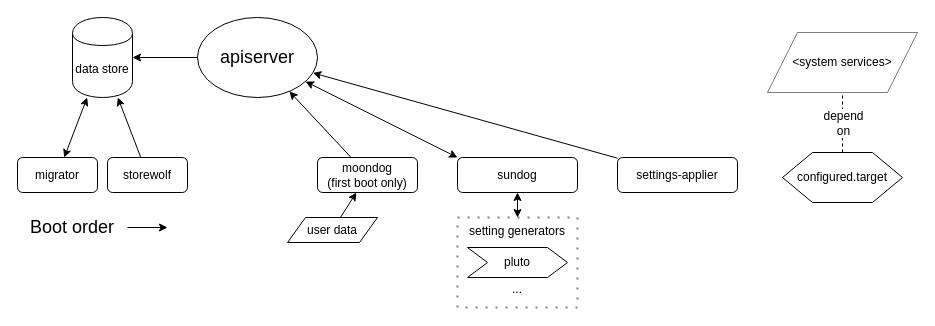
The draw.io diagram sources/api/api-system.drawio in bottlerocket-os/bottlerocket, before the edit. Source tidied: cells renumbered, new cells numbered last; positions are measured from the earlier drawing's top-left corner, leaving out a move shared by most shapes. Both pictures are drawn from the tidied source at 100%, with x=0, y=0 at pixel (17, 17).
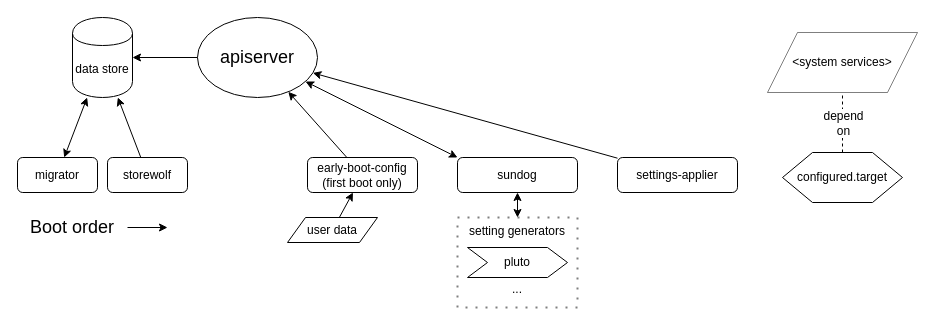
After the change.

Commit message (it also covers changes not shown here):
Update name of early-boot-config in API system diagram

What changed in the source:
```diff
@@
-    <mxCell id="5" value="&lt;div&gt;moondog&lt;/div&gt;&lt;div&gt;(first boot only)&lt;br&gt;&lt;/div&gt;" style="rounded=1;whiteSpace=wrap;html=1;" parent="1" vertex="1">
-      <mxGeometry x="300" y="140" width="100" height="35" as="geometry" />
+    <mxCell id="5" value="early-boot-config&lt;div&gt;(first boot only)&lt;br&gt;&lt;/div&gt;" style="rounded=1;whiteSpace=wrap;html=1;" parent="1" vertex="1">
+      <mxGeometry x="290" y="140" width="110" height="35" as="geometry" />
     </mxCell>
```
